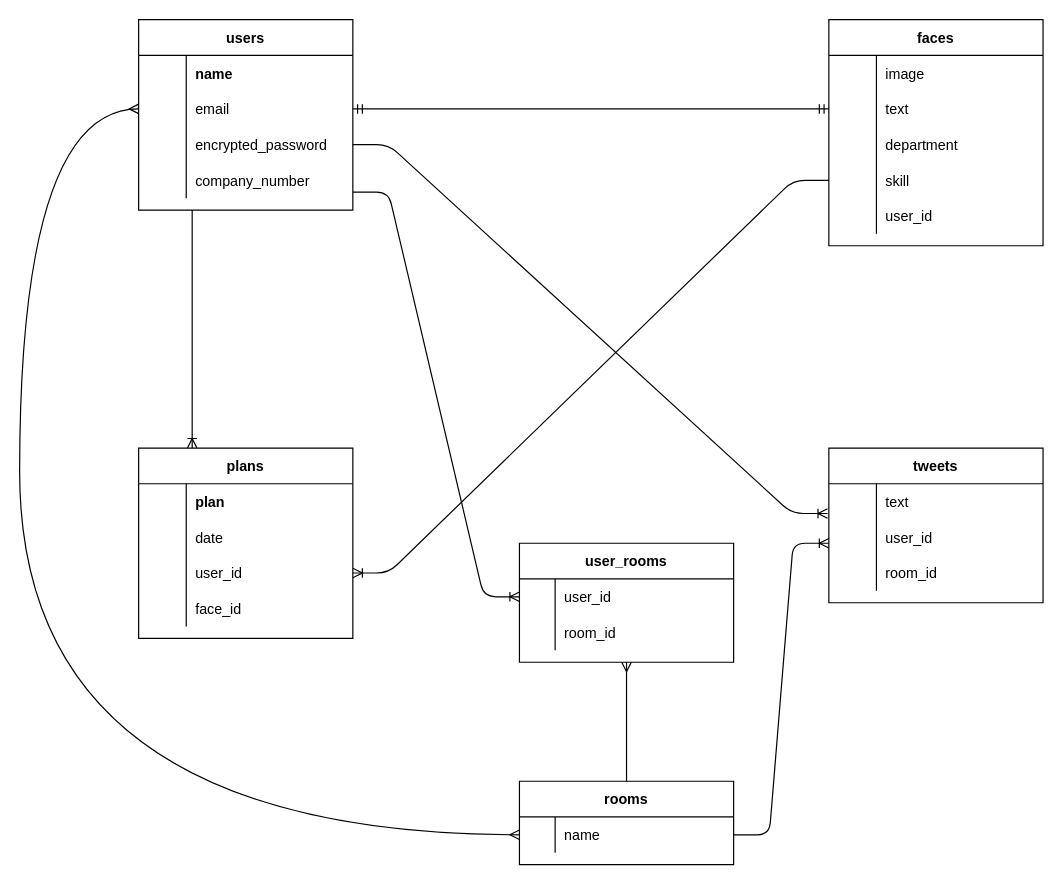
This is test.dio from keisuzuk-rush/kaopita-36389, a draw.io file, before an edit. Source tidied: cells renumbered, new cells numbered last; positions are measured from the earlier drawing's top-left corner, leaving out a move shared by most shapes. Both pictures are drawn from the tidied source at 119%, with x=0, y=0 at pixel (19, 19).
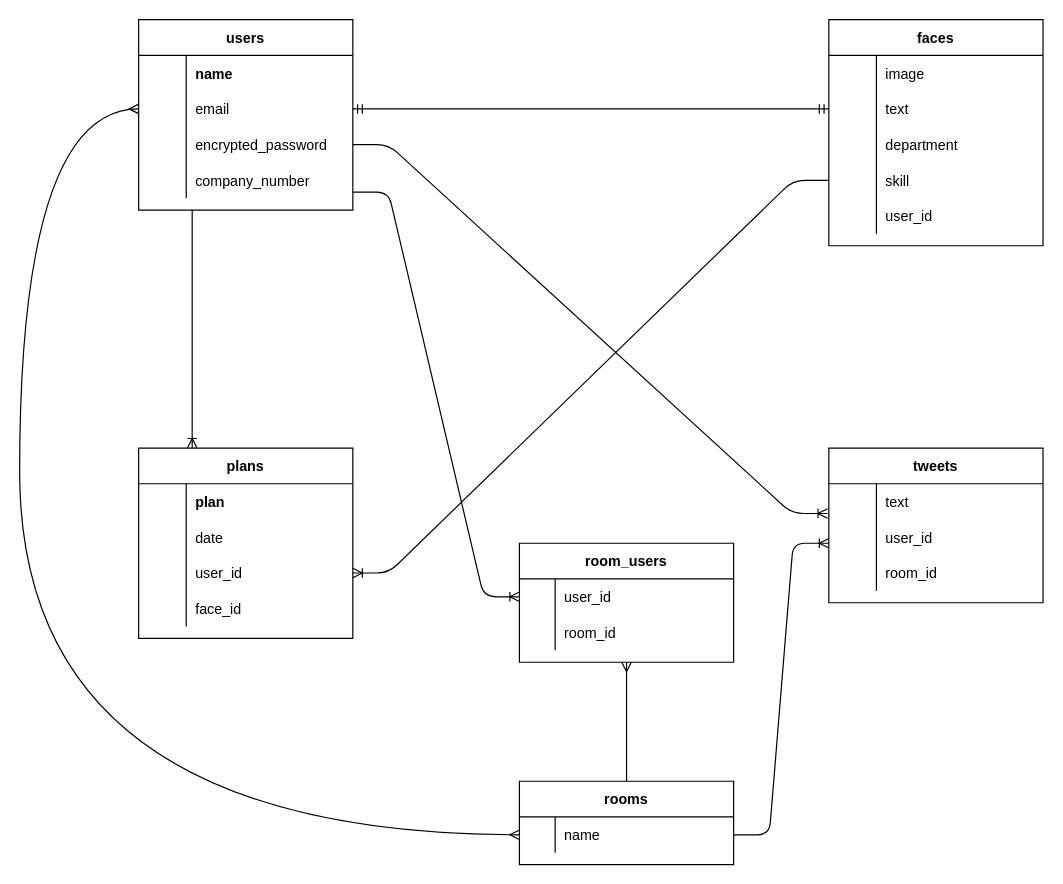
Above is the later version.

Diff of the diagram source:
```diff
@@
-    <mxCell id="58" value="user_rooms" style="shape=table;startSize=30;childLayout=tableLayout;rowLines=0;fontStyle=1;align=center;" parent="1" vertex="1">
+    <mxCell id="58" value="room_users" style="shape=table;startSize=30;childLayout=tableLayout;rowLines=0;fontStyle=1;align=center;" parent="1" vertex="1">
       <mxGeometry x="420" y="440" width="180" height="100" as="geometry" />
     </mxCell>
```
